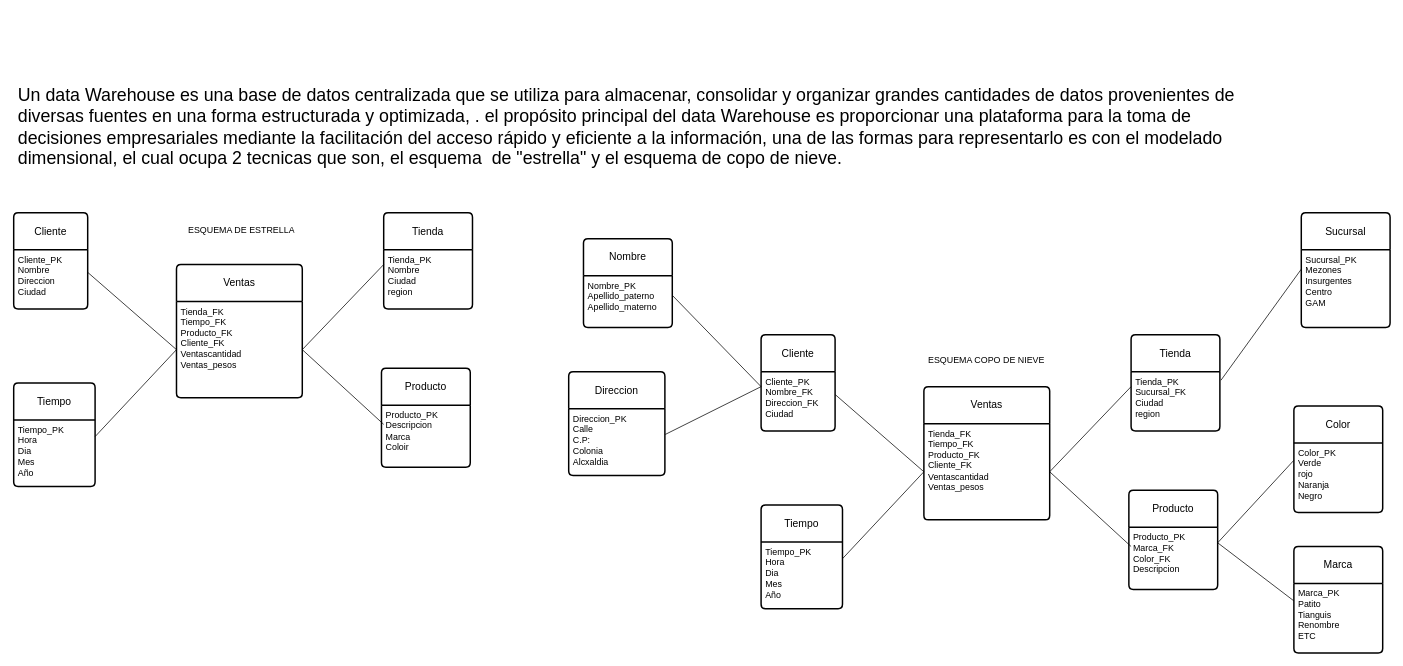
Above: practica_datawarehouse.drawio in tavo954cbr/moodle-BD (draw.io), before the change. Source tidied: cells renumbered, new cells numbered last; positions are measured from the earlier drawing's top-left corner, leaving out a move shared by most shapes. Both pictures are drawn from the tidied source at 74%, with x=0, y=0 at pixel (13, 79).
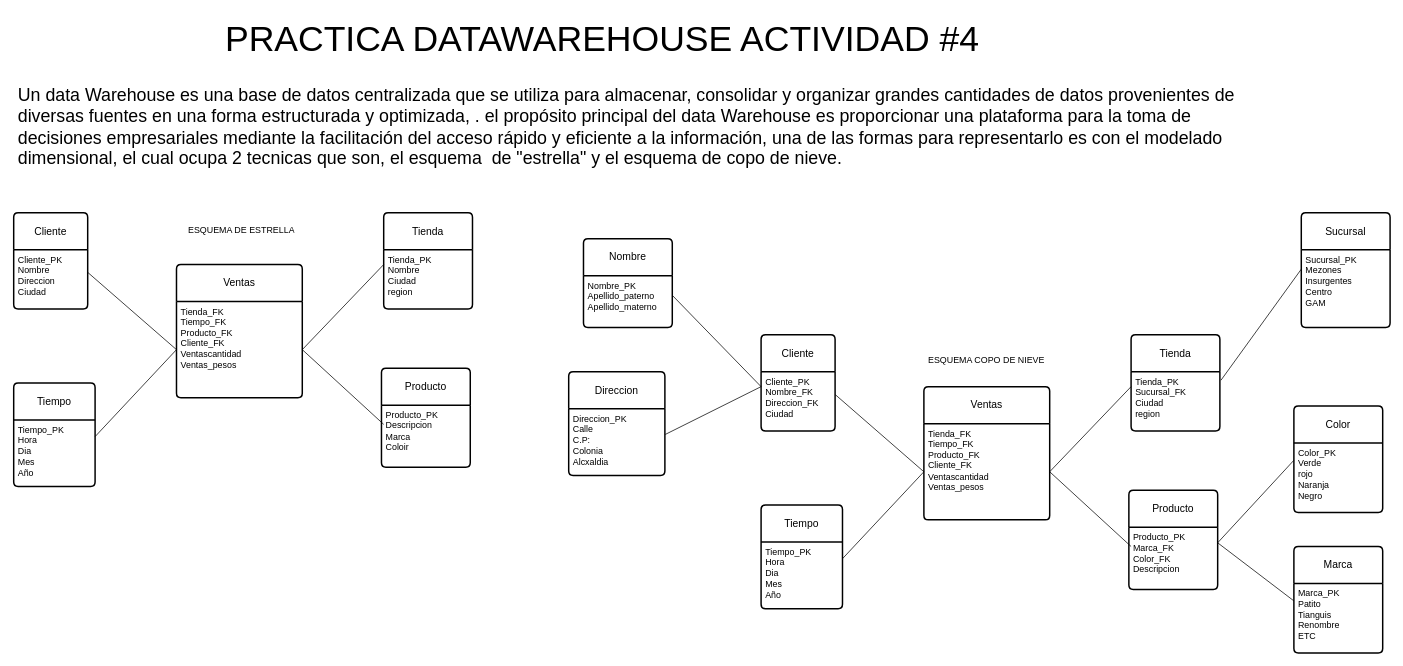
Above is the later version.

The edit, as a diff of the source:
```diff
@@
+    <mxCell id="48" value="&lt;font style=&quot;font-size: 48px;&quot;&gt;PRACTICA DATAWAREHOUSE ACTIVIDAD #4&lt;/font&gt;" style="text;strokeColor=none;fillColor=none;spacingLeft=4;spacingRight=4;overflow=hidden;fontSize=12;whiteSpace=wrap;html=1;" parent="1" vertex="1">
+      <mxGeometry x="280" y="-90" width="1070" height="165" as="geometry" />
+    </mxCell>
```
